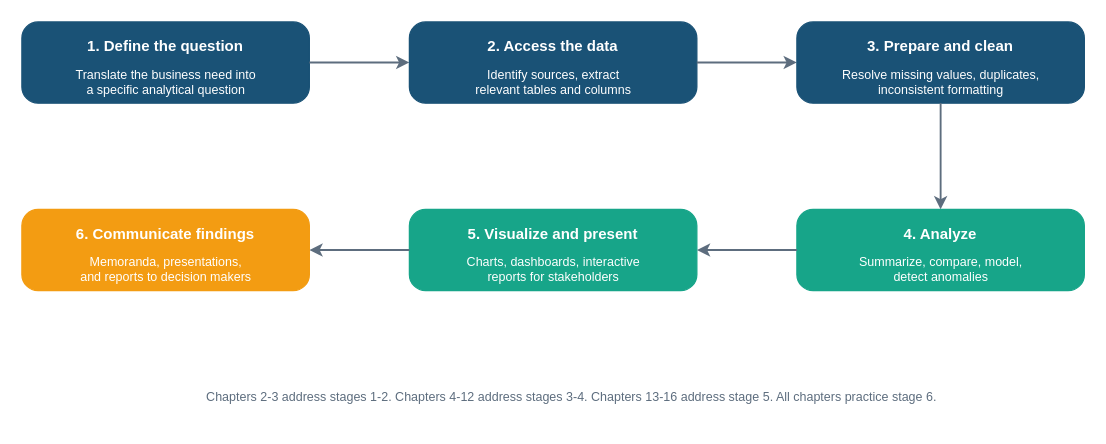
Above: visuals/src/fig-01-02-analytics-workflow.drawio in mmcodesso/Accounting_Analytics_Book (draw.io), before the change. Source tidied: cells renumbered, new cells numbered last; positions are measured from the earlier drawing's top-left corner, leaving out a move shared by most shapes. Both pictures are drawn from the tidied source at 125%, with x=0, y=0 at pixel (21, 21).
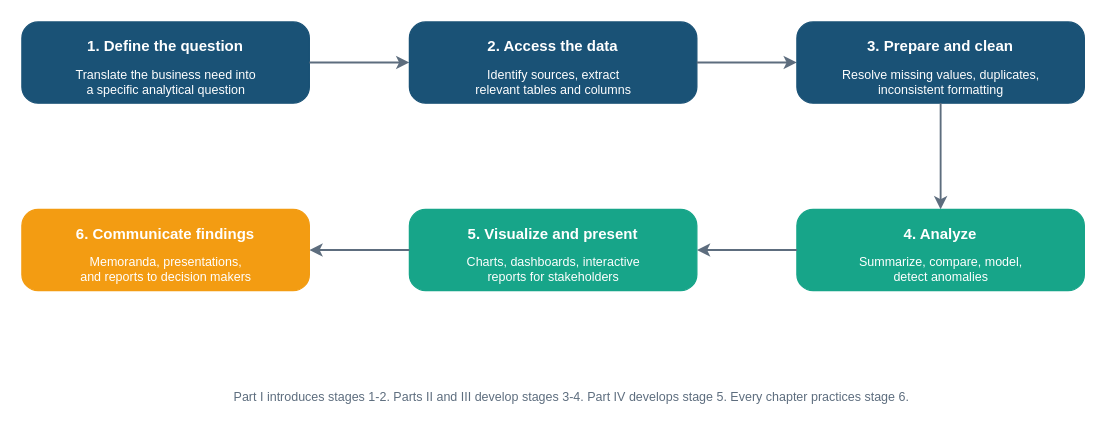
The same diagram, later.

Diff of the diagram source:
```diff
@@
 <mxGraphModel>
   <root>
     <mxCell id="0" />
     <mxCell id="1" parent="0" />
     <mxCell id="2" value="1. Define the question" style="rounded=1;whiteSpace=wrap;html=1;fillColor=#1A5276;fontColor=#FFFFFF;strokeColor=#1A5276;fontSize=12;fontStyle=1;fontFamily=Arial;arcSize=20;verticalAlign=top;spacingTop=6;" parent="1" vertex="1">
       <mxGeometry width="230" height="65" as="geometry" />
     </mxCell>
     <mxCell id="3" value="Translate the business need into&#10;a specific analytical question" style="text;html=1;align=center;verticalAlign=middle;fontColor=#FFFFFF;fontSize=10;fontFamily=Arial;" parent="2" vertex="1">
       <mxGeometry x="15" y="30" width="200" height="35" as="geometry" />
     </mxCell>
     <mxCell id="4" style="edgeStyle=orthogonalEdgeStyle;rounded=0;strokeColor=#5D6D7E;strokeWidth=1.5;" parent="1" edge="1" source="2" target="5">
       <mxGeometry relative="1" as="geometry" />
     </mxCell>
     <mxCell id="5" value="2. Access the data" style="rounded=1;whiteSpace=wrap;html=1;fillColor=#1A5276;fontColor=#FFFFFF;strokeColor=#1A5276;fontSize=12;fontStyle=1;fontFamily=Arial;arcSize=20;verticalAlign=top;spacingTop=6;" parent="1" vertex="1">
       <mxGeometry x="310" width="230" height="65" as="geometry" />
     </mxCell>
     <mxCell id="6" value="Identify sources, extract&#10;relevant tables and columns" style="text;html=1;align=center;verticalAlign=middle;fontColor=#FFFFFF;fontSize=10;fontFamily=Arial;" parent="5" vertex="1">
       <mxGeometry x="15" y="30" width="200" height="35" as="geometry" />
     </mxCell>
     <mxCell id="7" style="edgeStyle=orthogonalEdgeStyle;rounded=0;strokeColor=#5D6D7E;strokeWidth=1.5;" parent="1" edge="1" source="5" target="8">
       <mxGeometry relative="1" as="geometry" />
     </mxCell>
     <mxCell id="8" value="3. Prepare and clean" style="rounded=1;whiteSpace=wrap;html=1;fillColor=#1A5276;fontColor=#FFFFFF;strokeColor=#1A5276;fontSize=12;fontStyle=1;fontFamily=Arial;arcSize=20;verticalAlign=top;spacingTop=6;" parent="1" vertex="1">
       <mxGeometry x="620" width="230" height="65" as="geometry" />
     </mxCell>
     <mxCell id="9" value="Resolve missing values, duplicates,&#10;inconsistent formatting" style="text;html=1;align=center;verticalAlign=middle;fontColor=#FFFFFF;fontSize=10;fontFamily=Arial;" parent="8" vertex="1">
       <mxGeometry x="15" y="30" width="200" height="35" as="geometry" />
     </mxCell>
     <mxCell id="10" style="edgeStyle=orthogonalEdgeStyle;rounded=1;strokeColor=#5D6D7E;strokeWidth=1.5;exitX=0.5;exitY=1;exitDx=0;exitDy=0;entryX=0.5;entryY=0;entryDx=0;entryDy=0;" parent="1" edge="1" source="8" target="11">
       <mxGeometry relative="1" as="geometry" />
     </mxCell>
     <mxCell id="11" value="4. Analyze" style="rounded=1;whiteSpace=wrap;html=1;fillColor=#17A589;fontColor=#FFFFFF;strokeColor=#17A589;fontSize=12;fontStyle=1;fontFamily=Arial;arcSize=20;verticalAlign=top;spacingTop=6;" parent="1" vertex="1">
       <mxGeometry x="620" y="150" width="230" height="65" as="geometry" />
     </mxCell>
     <mxCell id="12" value="Summarize, compare, model,&#10;detect anomalies" style="text;html=1;align=center;verticalAlign=middle;fontColor=#FFFFFF;fontSize=10;fontFamily=Arial;" parent="11" vertex="1">
       <mxGeometry x="15" y="30" width="200" height="35" as="geometry" />
     </mxCell>
     <mxCell id="13" style="edgeStyle=orthogonalEdgeStyle;rounded=0;strokeColor=#5D6D7E;strokeWidth=1.5;exitX=0;exitY=0.5;exitDx=0;exitDy=0;entryX=1;entryY=0.5;entryDx=0;entryDy=0;" parent="1" edge="1" source="11" target="14">
       <mxGeometry relative="1" as="geometry" />
     </mxCell>
     <mxCell id="14" value="5. Visualize and present" style="rounded=1;whiteSpace=wrap;html=1;fillColor=#17A589;fontColor=#FFFFFF;strokeColor=#17A589;fontSize=12;fontStyle=1;fontFamily=Arial;arcSize=20;verticalAlign=top;spacingTop=6;" parent="1" vertex="1">
       <mxGeometry x="310" y="150" width="230" height="65" as="geometry" />
     </mxCell>
     <mxCell id="15" value="Charts, dashboards, interactive&#10;reports for stakeholders" style="text;html=1;align=center;verticalAlign=middle;fontColor=#FFFFFF;fontSize=10;fontFamily=Arial;" parent="14" vertex="1">
       <mxGeometry x="15" y="30" width="200" height="35" as="geometry" />
     </mxCell>
     <mxCell id="16" style="edgeStyle=orthogonalEdgeStyle;rounded=0;strokeColor=#5D6D7E;strokeWidth=1.5;exitX=0;exitY=0.5;exitDx=0;exitDy=0;entryX=1;entryY=0.5;entryDx=0;entryDy=0;" parent="1" edge="1" source="14" target="17">
       <mxGeometry relative="1" as="geometry" />
     </mxCell>
     <mxCell id="17" value="6. Communicate findings" style="rounded=1;whiteSpace=wrap;html=1;fillColor=#F39C12;fontColor=#FFFFFF;strokeColor=#F39C12;fontSize=12;fontStyle=1;fontFamily=Arial;arcSize=20;verticalAlign=top;spacingTop=6;" parent="1" vertex="1">
       <mxGeometry y="150" width="230" height="65" as="geometry" />
     </mxCell>
     <mxCell id="18" value="Memoranda, presentations,&#10;and reports to decision makers" style="text;html=1;align=center;verticalAlign=middle;fontColor=#FFFFFF;fontSize=10;fontFamily=Arial;" parent="17" vertex="1">
       <mxGeometry x="15" y="30" width="200" height="35" as="geometry" />
     </mxCell>
-    <mxCell id="19" value="Chapters 2-3 address stages 1-2. Chapters 4-12 address stages 3-4. Chapters 13-16 address stage 5. All chapters practice stage 6." style="text;html=1;align=center;verticalAlign=middle;fontColor=#5D6D7E;fontSize=10;fontFamily=Arial;whiteSpace=wrap;" parent="1" vertex="1">
+    <mxCell id="19" value="Part I introduces stages 1-2. Parts II and III develop stages 3-4. Part IV develops stage 5. Every chapter practices stage 6." style="text;html=1;align=center;verticalAlign=middle;fontColor=#5D6D7E;fontSize=10;fontFamily=Arial;whiteSpace=wrap;" parent="1" vertex="1">
       <mxGeometry x="120" y="280" width="640" height="40" as="geometry" />
     </mxCell>
   </root>
 </mxGraphModel>
```
